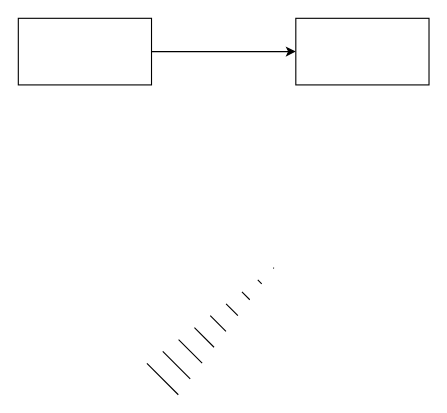
This is page "第 4 页" (8 of 9) of booming/Booming 104ppt-17.drawio from yrdimple/flowChart, a draw.io file, before an edit. Source tidied: cells renumbered, new cells numbered last; positions are measured from the earlier drawing's top-left corner, leaving out a move shared by most shapes. Both pictures are drawn from the tidied source at 111%, with x=0, y=0 at pixel (18, 18).
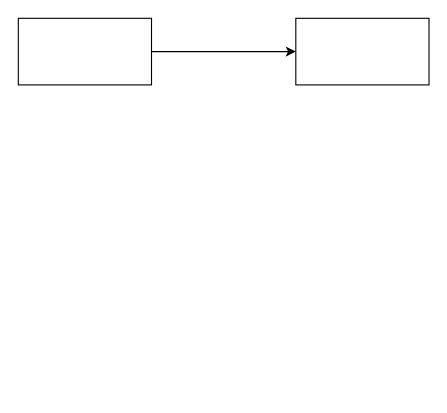
After the change.

The edit, as a diff of the source:
```diff
@@
 <mxGraphModel>
   <root>
     <mxCell id="0" />
     <mxCell id="1" parent="0" />
     <mxCell id="2" style="edgeStyle=orthogonalEdgeStyle;rounded=0;jettySize=auto;html=1;exitX=1;exitY=0.5;exitDx=0;exitDy=0;entryX=0;entryY=0.5;entryDx=0;entryDy=0;" parent="1" edge="1" source="3" target="4">
       <mxGeometry relative="1" as="geometry" />
     </mxCell>
     <mxCell id="3" style="rounded=0;whiteSpace=wrap;html=1;" parent="1" vertex="1">
       <mxGeometry width="120" height="60" as="geometry" />
     </mxCell>
     <mxCell id="4" style="rounded=0;whiteSpace=wrap;html=1;" parent="1" vertex="1">
       <mxGeometry x="250" width="120" height="60" as="geometry" />
     </mxCell>
-    <mxCell id="5" style="shape=mxgraph.arrows2.wedgeArrowDashed;html=1;rounded=0;" parent="1" edge="1">
-      <mxGeometry relative="1" as="geometry">
-        <mxPoint x="130" y="325" as="sourcePoint" />
-        <mxPoint x="230" y="225" as="targetPoint" />
-      </mxGeometry>
-    </mxCell>
   </root>
 </mxGraphModel>
```
